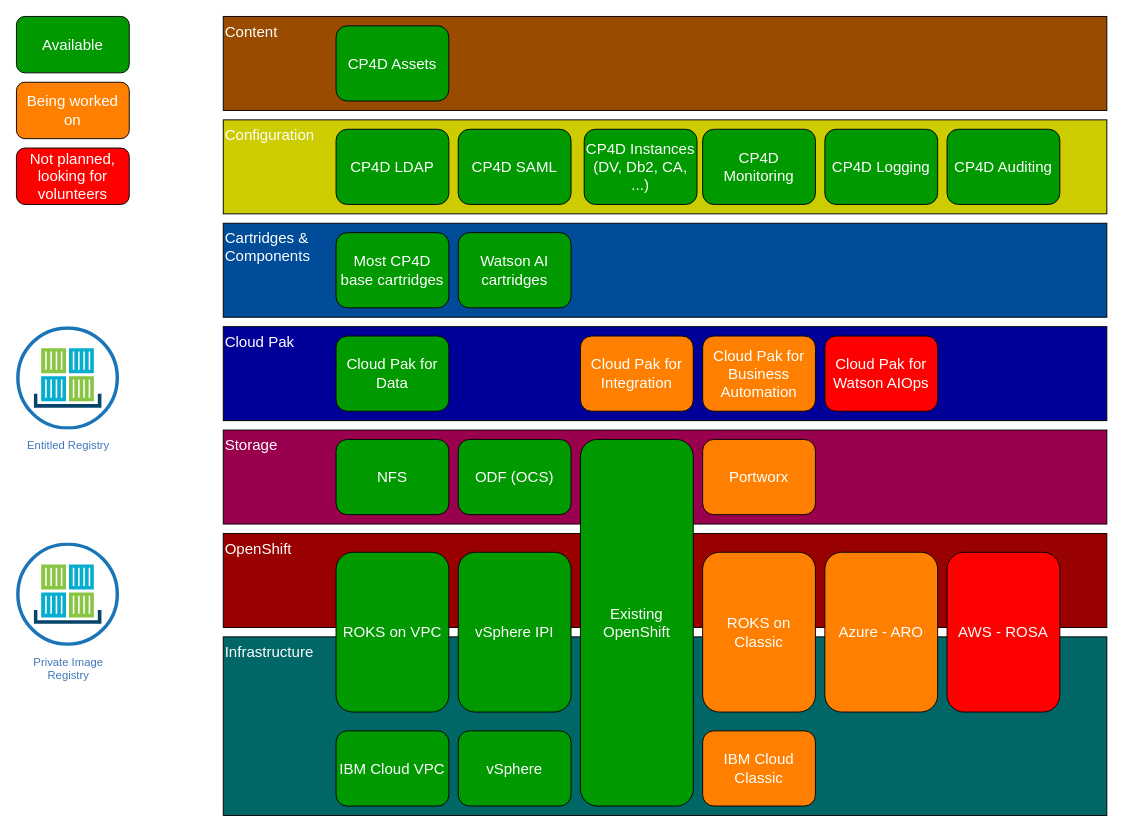
Above: doc/src/pages/cp-deploy/overview/cp-deploy-current-state.drawio in IBM/cloud-pak-deployer (draw.io), before the change. Source tidied: cells renumbered, new cells numbered last; positions are measured from the earlier drawing's top-left corner, leaving out a move shared by most shapes. Both pictures are drawn from the tidied source at 94%, with x=0, y=0 at pixel (16, 16).
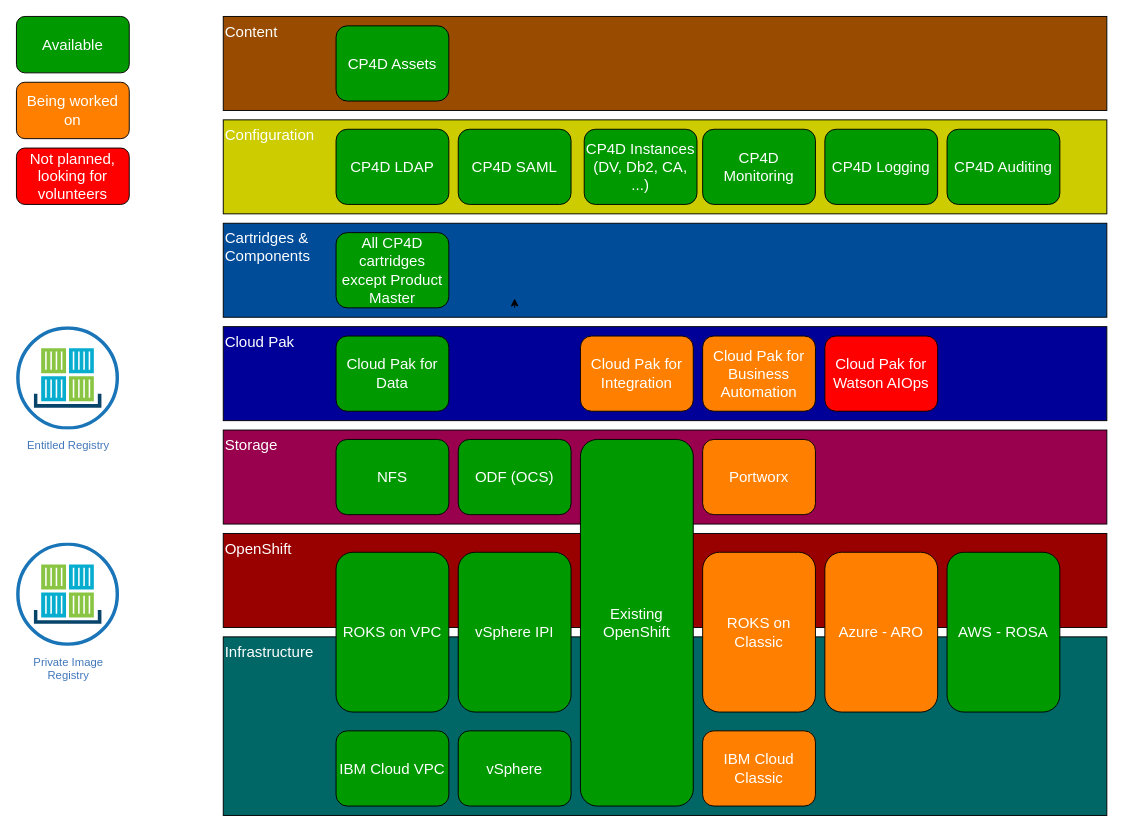
After the change.

Commit message (it also covers changes not shown here):
Add AWS - ROSA to current state

The edit, as a diff of the source:
```diff
@@
-    <mxCell id="23" value="AWS - ROSA" style="rounded=1;whiteSpace=wrap;html=1;fontSize=16;fontColor=#FFFFFF;fillColor=#FF0000;align=center;verticalAlign=middle;" parent="19" vertex="1">
+    <mxCell id="23" value="AWS - ROSA" style="rounded=1;whiteSpace=wrap;html=1;fontSize=16;fontColor=#FFFFFF;fillColor=#009900;align=center;verticalAlign=middle;" parent="19" vertex="1">
       <mxGeometry x="990" y="570" width="120" height="170" as="geometry" />
     </mxCell>
@@
-    <mxCell id="37" value="Most CP4D base cartridges" style="rounded=1;whiteSpace=wrap;html=1;fontSize=16;fontColor=#FFFFFF;fillColor=#009900;align=center;verticalAlign=middle;" parent="35" vertex="1">
+    <mxCell id="37" value="All CP4D cartridges except Product Master" style="rounded=1;whiteSpace=wrap;html=1;fontSize=16;fontColor=#FFFFFF;fillColor=#009900;align=center;verticalAlign=middle;" parent="35" vertex="1">
       <mxGeometry x="340" y="230" width="120" height="80" as="geometry" />
     </mxCell>
-    <mxCell id="38" value="Watson AI cartridges" style="rounded=1;whiteSpace=wrap;html=1;fontSize=16;fontColor=#FFFFFF;fillColor=#009900;align=center;verticalAlign=middle;" parent="35" vertex="1">
-      <mxGeometry x="470" y="230" width="120" height="80" as="geometry" />
-    </mxCell>
```
